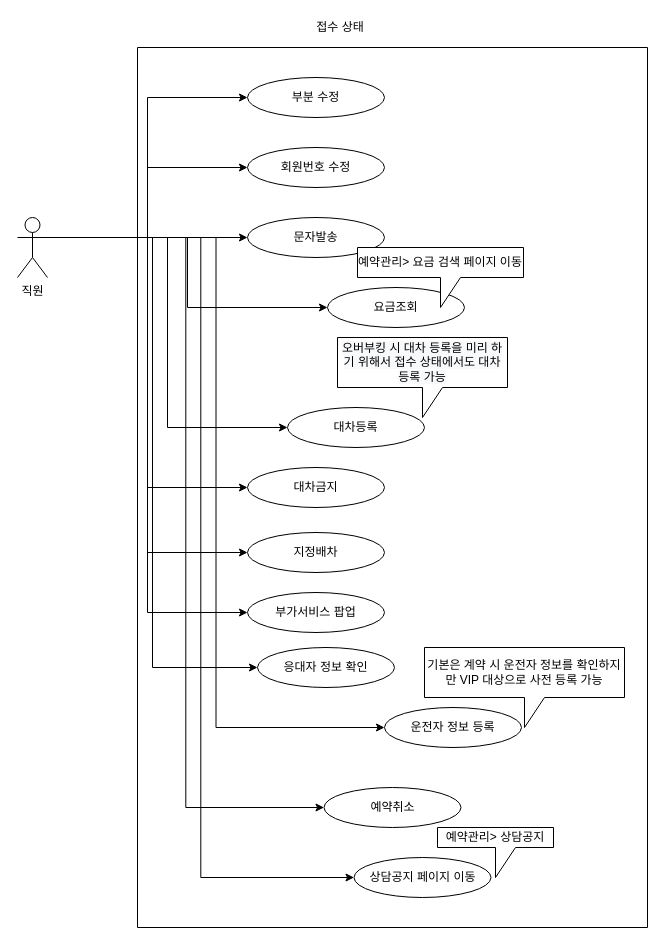
Earlier version of the draw.io diagram page "접수유스케이스" (2 of 5) of RsvFlow.drawio (nsnnsn12/TestProject). Source tidied: cells renumbered, new cells numbered last; positions are measured from the earlier drawing's top-left corner, leaving out a move shared by most shapes. Both pictures are drawn from the tidied source at 100%, with x=0, y=0 at pixel (17, 17).
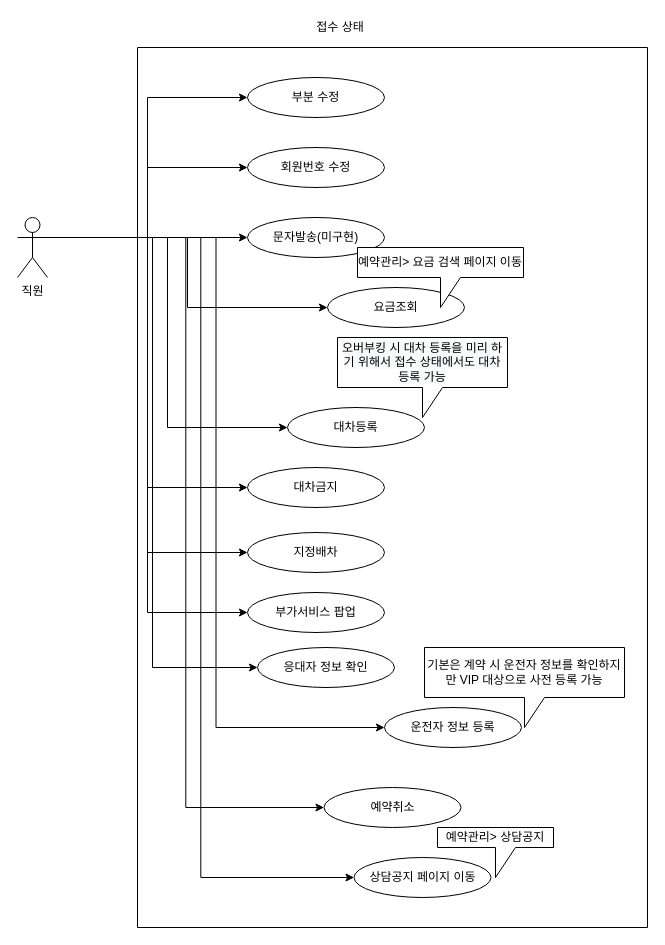
After the change.

Unchanged cells that the change refers to:
```xml
<mxCell id="2" style="swimlane;startSize=0;verticalAlign=bottom;" parent="1" vertex="1">
  <mxGeometry x="120" y="30" width="510" height="880" as="geometry" />
</mxCell>
```

The edit, as a diff of the source:
```diff
@@
-    <mxCell id="5" value="문자발송" style="ellipse;whiteSpace=wrap;html=1;" parent="2" vertex="1">
+    <mxCell id="5" value="문자발송(미구현)" style="ellipse;whiteSpace=wrap;html=1;" parent="2" vertex="1">
       <mxGeometry x="110" y="170" width="137" height="40" as="geometry" />
     </mxCell>
```
